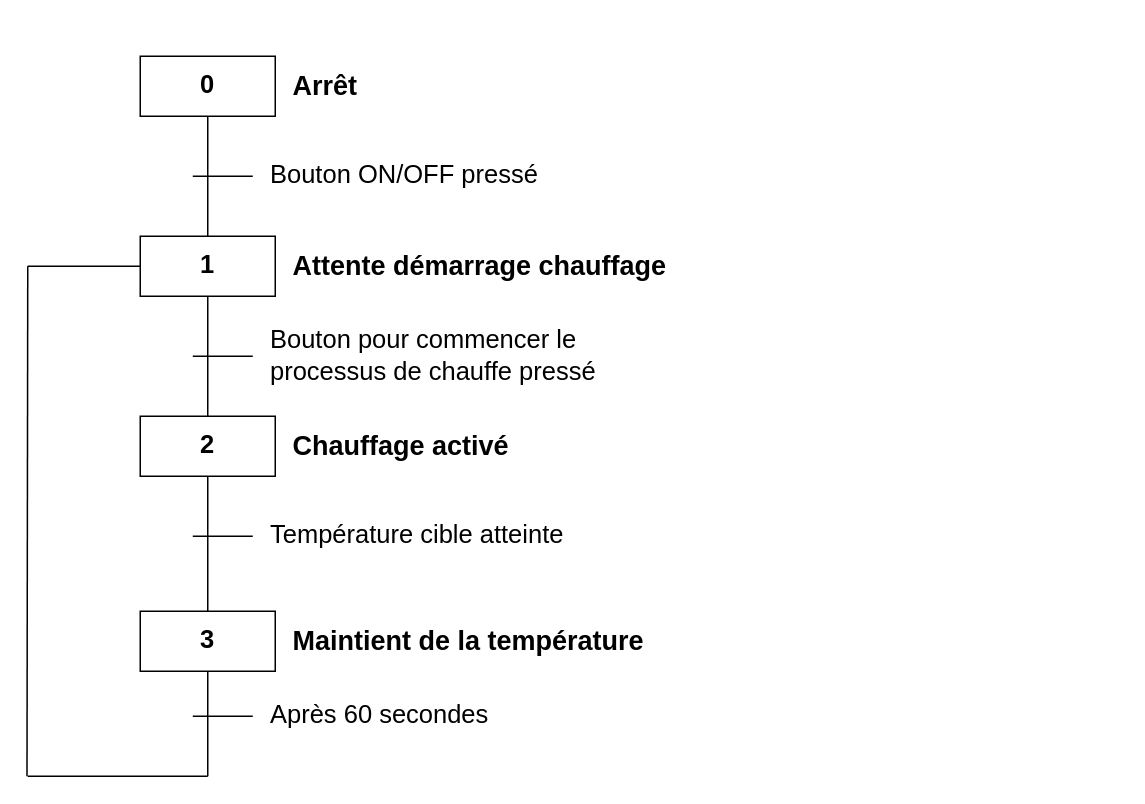
Above: doc/StateDiagram.drawio in CrBast/distillation_column (draw.io), before the change. Source tidied: cells renumbered, new cells numbered last; positions are measured from the earlier drawing's top-left corner, leaving out a move shared by most shapes. Both pictures are drawn from the tidied source at 150%, with x=0, y=0 at pixel (27, 56).
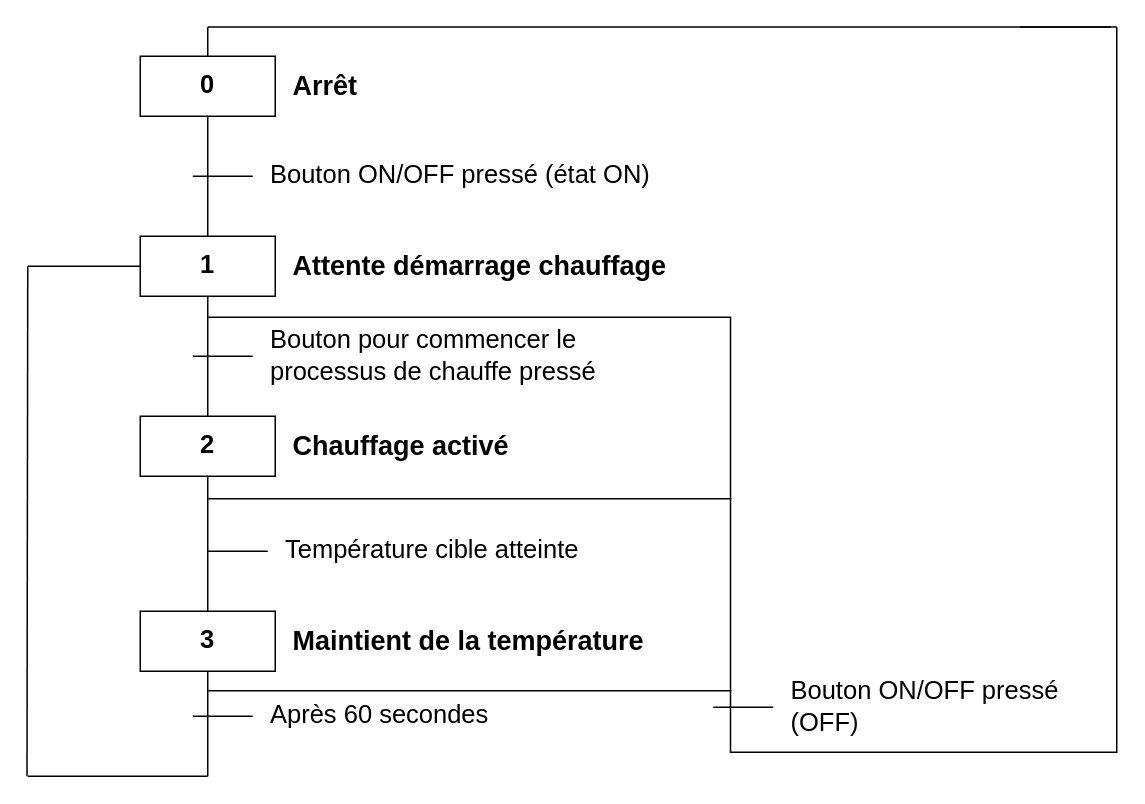
After the change.

Unchanged cells that the change refers to:
```xml
<mxCell id="3" value="0" style="rounded=0;whiteSpace=wrap;html=1;fontStyle=1;fontSize=17;" parent="1" vertex="1">
  <mxGeometry x="75" width="90" height="40" as="geometry" />
</mxCell>
```

Change to the diagram source:
```diff
@@
-    <mxCell id="15" value="Bouton ON/OFF pressé" style="text;html=1;strokeColor=none;fillColor=none;align=left;verticalAlign=middle;whiteSpace=wrap;rounded=0;fontSize=17;" parent="1" vertex="1">
-      <mxGeometry x="160" y="70" width="200" height="20" as="geometry" />
+    <mxCell id="15" value="Bouton ON/OFF pressé (état ON)" style="text;html=1;strokeColor=none;fillColor=none;align=left;verticalAlign=middle;whiteSpace=wrap;rounded=0;fontSize=17;" parent="1" vertex="1">
+      <mxGeometry x="160" y="70" width="276" height="20" as="geometry" />
     </mxCell>
@@
-    <mxCell id="18" style="endArrow=none;html=1;fontSize=17;" parent="1" edge="1">
-      <mxGeometry relative="1" as="geometry">
-        <mxPoint x="110" y="320" as="sourcePoint" />
-        <mxPoint x="150" y="320" as="targetPoint" />
-      </mxGeometry>
-    </mxCell>
-    <mxCell id="19" value="Température cible atteinte" style="text;html=1;strokeColor=none;fillColor=none;align=left;verticalAlign=middle;whiteSpace=wrap;rounded=0;fontSize=17;" parent="1" vertex="1">
-      <mxGeometry x="160" y="310" width="220" height="20" as="geometry" />
-    </mxCell>
@@
+    <mxCell id="22" style="endArrow=none;html=1;fontSize=17;" parent="1" edge="1">
+      <mxGeometry relative="1" as="geometry">
+        <mxPoint x="120" y="295" as="sourcePoint" />
+        <mxPoint x="469" y="295" as="targetPoint" />
+      </mxGeometry>
+    </mxCell>
+    <mxCell id="23" style="endArrow=none;html=1;fontSize=17;" parent="1" edge="1">
+      <mxGeometry relative="1" as="geometry">
+        <mxPoint x="120" y="174" as="sourcePoint" />
+        <mxPoint x="469" y="174" as="targetPoint" />
+      </mxGeometry>
+    </mxCell>
+    <mxCell id="24" style="endArrow=none;html=1;fontSize=17;" parent="1" edge="1">
+      <mxGeometry relative="1" as="geometry">
+        <mxPoint x="120" y="423" as="sourcePoint" />
+        <mxPoint x="469" y="423" as="targetPoint" />
+      </mxGeometry>
+    </mxCell>
+    <mxCell id="25" style="endArrow=none;html=1;fontSize=17;" parent="1" edge="1">
+      <mxGeometry relative="1" as="geometry">
+        <mxPoint x="468.5" y="464" as="sourcePoint" />
+        <mxPoint x="468.5" y="174" as="targetPoint" />
+      </mxGeometry>
+    </mxCell>
+    <mxCell id="26" style="endArrow=none;html=1;fontSize=17;" parent="1" edge="1">
+      <mxGeometry relative="1" as="geometry">
+        <mxPoint x="120" y="330" as="sourcePoint" />
+        <mxPoint x="160" y="330" as="targetPoint" />
+      </mxGeometry>
+    </mxCell>
+    <mxCell id="19" value="Température cible atteinte" style="text;html=1;strokeColor=none;fillColor=none;align=left;verticalAlign=middle;whiteSpace=wrap;rounded=0;fontSize=17;" parent="1" vertex="1">
+      <mxGeometry x="170" y="320" width="220" height="20" as="geometry" />
+    </mxCell>
+    <mxCell id="27" style="endArrow=none;html=1;fontSize=17;" parent="1" edge="1">
+      <mxGeometry relative="1" as="geometry">
+        <mxPoint x="457" y="434" as="sourcePoint" />
+        <mxPoint x="497" y="434" as="targetPoint" />
+      </mxGeometry>
+    </mxCell>
+    <mxCell id="28" value="Bouton ON/OFF pressé (OFF)" style="text;html=1;strokeColor=none;fillColor=none;align=left;verticalAlign=middle;whiteSpace=wrap;rounded=0;fontSize=17;" parent="1" vertex="1">
+      <mxGeometry x="507" y="424" width="220" height="20" as="geometry" />
+    </mxCell>
+    <mxCell id="29" style="endArrow=none;html=1;fontSize=17;" parent="1" edge="1">
+      <mxGeometry relative="1" as="geometry">
+        <mxPoint x="726" y="464.5" as="sourcePoint" />
+        <mxPoint x="726" y="-19.5" as="targetPoint" />
+      </mxGeometry>
+    </mxCell>
+    <mxCell id="30" style="endArrow=none;html=1;fontSize=17;" parent="1" edge="1">
+      <mxGeometry relative="1" as="geometry">
+        <mxPoint x="468" y="464" as="sourcePoint" />
+        <mxPoint x="726" y="464" as="targetPoint" />
+      </mxGeometry>
+    </mxCell>
+    <mxCell id="31" style="endArrow=none;html=1;fontSize=17;" parent="1" edge="1">
+      <mxGeometry relative="1" as="geometry">
+        <mxPoint x="120" y="-19.5" as="sourcePoint" />
+        <mxPoint x="722" y="-19.5" as="targetPoint" />
+      </mxGeometry>
+    </mxCell>
+    <mxCell id="32" style="endArrow=none;html=1;fontSize=17;exitX=0.5;exitY=0;exitDx=0;exitDy=0;" parent="1" edge="1" source="3">
+      <mxGeometry relative="1" as="geometry">
+        <mxPoint x="120" y="-19.5" as="targetPoint" />
+      </mxGeometry>
+    </mxCell>
+    <mxCell id="33" style="endArrow=none;html=1;" parent="1" edge="1">
+      <mxGeometry relative="1" as="geometry">
+        <mxPoint x="661.5" y="-19.5" as="sourcePoint" />
+        <mxPoint x="726" y="-19.5" as="targetPoint" />
+      </mxGeometry>
+    </mxCell>
```
